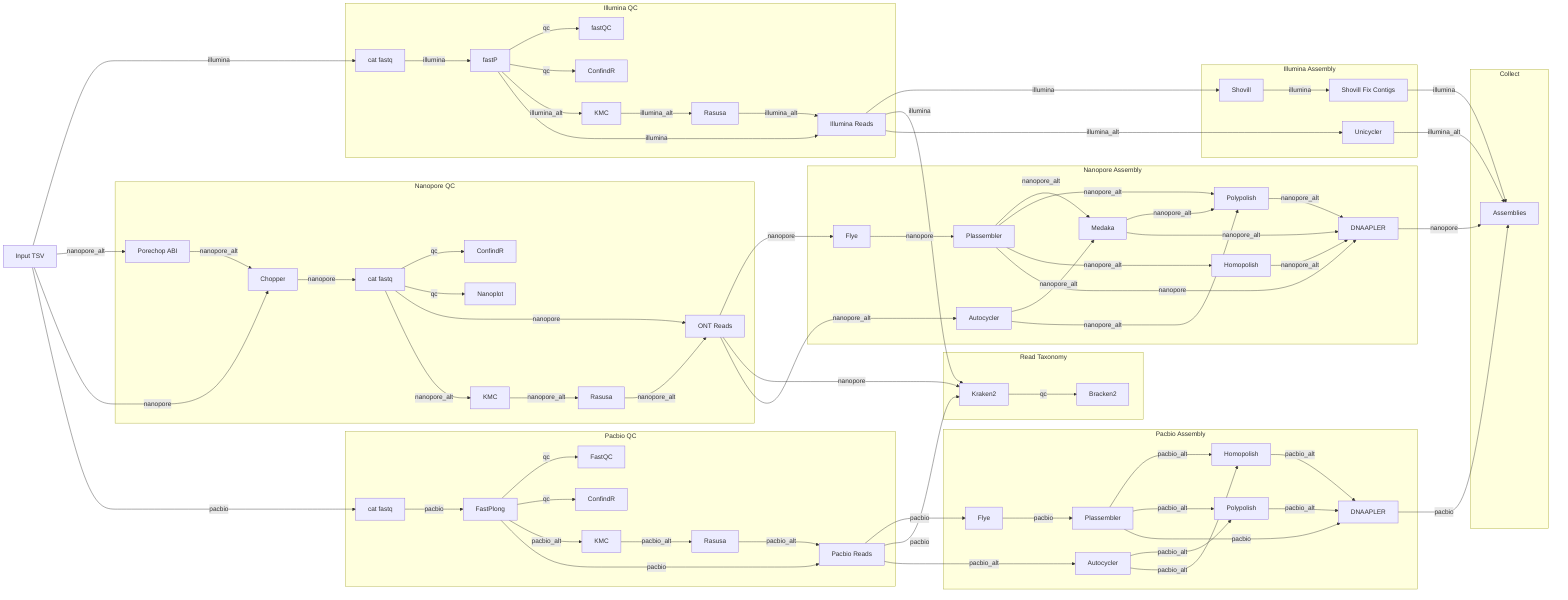
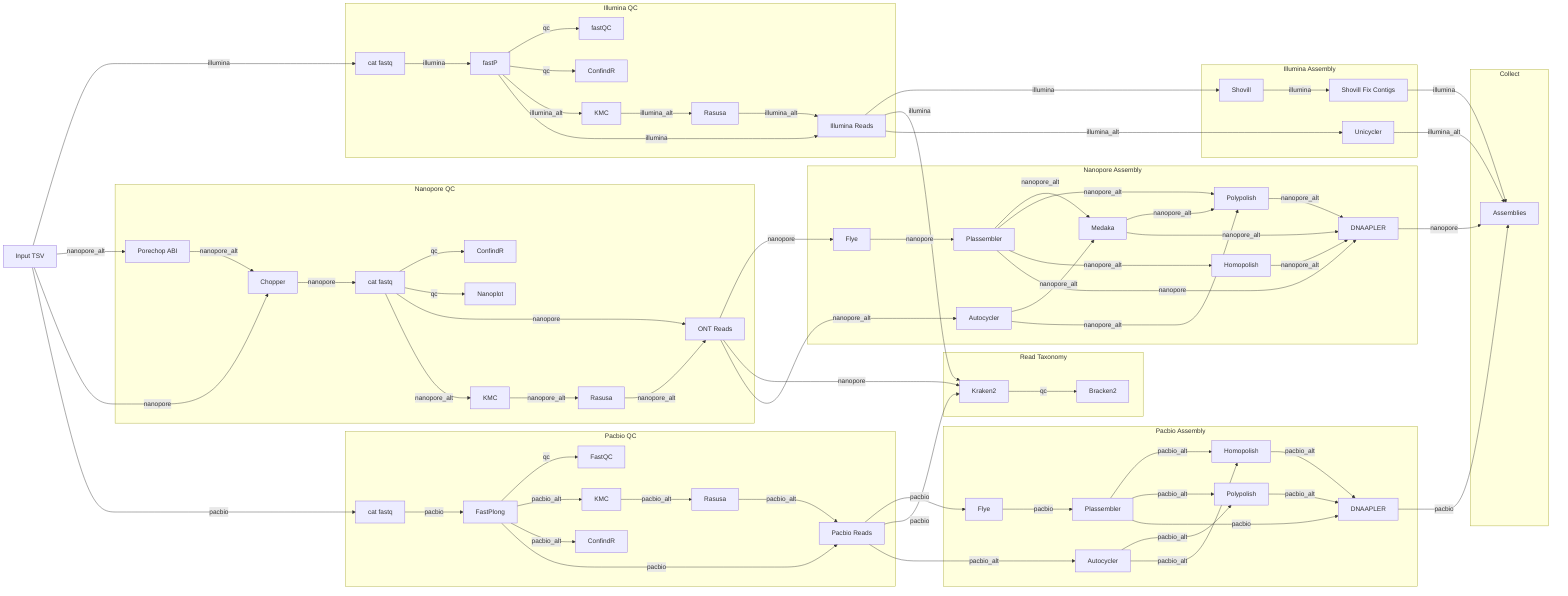
%%metro title: GABI Pipeline (assembly)
%%metro style: light
%%metro line: main | Main | #1e9b05
%%metro line: qc | Quality Control | #2196F3 | dashed
%%metro line: illumina | Illumina processing | #e5e536
%%metro line: nanopore | Nanopore processing | #a21cc3
%%metro line: nanopore_alt | Nanopore alt processing | #7f1699  | dotted
%%metro line: illumina_alt | Illumina alt processing | #e5c836 | dotted
%%metro line: pacbio | Pacbio processing | #c64b1a |
%%metro line: pacbio_alt | Pacbio alt processing | #963914 | dotted

graph LR

    input[Input TSV]

    subgraph illumina_qc [Illumina QC]
        cat_fastq[cat fastq]
        fastp[fastP]
        fastqc[fastQC]
        confindr[ConfindR]
        illumina_reads[Illumina Reads]
        kmc_illumina[KMC]
        rasusa_illumina[Rasusa]

        cat_fastq -->|illumina| fastp
        fastp -->|qc| fastqc
        fastp -->|qc| confindr
        fastp -->|illumina_alt| kmc_illumina
        kmc_illumina -->|illumina_alt| rasusa_illumina
        rasusa_illumina -->|illumina_alt| illumina_reads
        fastp -->|illumina| illumina_reads

    end

    subgraph illumina_assembly [Illumina Assembly]

        shovill[Shovill]
        shovill_fix[Shovill Fix Contigs]
        unicycler[Unicycler]

        shovill -->|illumina| shovill_fix

    end


    subgraph nanopore_qc [Nanopore QC]

        porechop_abi[Porechop ABI]
        cat_fastq_ont[cat fastq]
        chopper[Chopper]
        confindr_ont[ConfindR]
        nanoplot[Nanoplot]
        kmc_ont[KMC]
        rasusa_ont[Rasusa]
        ont_reads[ONT Reads]

        porechop_abi -->|nanopore_alt| chopper
        chopper -->|nanopore| cat_fastq_ont
        cat_fastq_ont -->|qc| confindr_ont
        cat_fastq_ont -->|qc| nanoplot
        cat_fastq_ont -->|nanopore| ont_reads
        cat_fastq_ont -->|nanopore_alt| kmc_ont
        kmc_ont -->|nanopore_alt| rasusa_ont
        rasusa_ont -->|nanopore_alt| ont_reads

    end

    subgraph ont_assembly [Nanopore Assembly]
        flye_ont[Flye]
        autocycler_ont[Autocycler]
        plassembler_ont[Plassembler]
        medaka_consensus[Medaka]
        homopolish_ont[Homopolish]
        polypolish_ont[Polypolish]
        dnaapler_ont[DNAAPLER]

        flye_ont -->|nanopore| plassembler_ont
        plassembler_ont -->|nanopore_alt| medaka_consensus
        plassembler_ont -->|nanopore_alt| polypolish_ont
        medaka_consensus -->|nanopore_alt| polypolish_ont
        medaka_consensus -->|nanopore_alt| dnaapler_ont
        polypolish_ont -->|nanopore_alt| dnaapler_ont
        autocycler_ont -->|nanopore_alt| medaka_consensus
        autocycler_ont -->|nanopore_alt| polypolish_ont
        plassembler_ont -->|nanopore_alt| homopolish_ont
        plassembler_ont -->|nanopore| dnaapler_ont
        homopolish_ont -->|nanopore_alt| dnaapler_ont

    end

    subgraph pacbio_qc [Pacbio QC]
        cat_fastq_pb[cat fastq]
        fastplong[FastPlong]
        fastqc_pb[FastQC]
-         confindr_pb[ConfindR]
        kmc_pb[KMC]
        rasusa_pb[Rasusa]
+         confindr_pb[ConfindR]
        pacbio_reads[Pacbio Reads]

        cat_fastq_pb -->|pacbio| fastplong
        fastplong -->|qc| fastqc_pb
-         fastplong -->|qc| confindr_pb
        fastplong -->|pacbio_alt| kmc_pb
+         fastplong -->|pacbio_alt| confindr_pb
        kmc_pb -->|pacbio_alt| rasusa_pb
        rasusa_pb -->|pacbio_alt| pacbio_reads
        fastplong -->|pacbio| pacbio_reads

    end

    subgraph pacbio_assembly [Pacbio Assembly]

        flye_pb[Flye]
        autocycler_pb[Autocycler]
        plassembler_pb[Plassembler]
        homopolish_pb[Homopolish]
        polypolish_pb[Polypolish]
        dnaapler_pb[DNAAPLER]

        flye_pb -->|pacbio| plassembler_pb
        plassembler_pb -->|pacbio_alt| homopolish_pb
        plassembler_pb -->|pacbio_alt| polypolish_pb
        polypolish_pb -->|pacbio_alt| dnaapler_pb
        homopolish_pb -->|pacbio_alt| dnaapler_pb
        plassembler_pb -->|pacbio| dnaapler_pb
        autocycler_pb -->|pacbio_alt| polypolish_pb
        autocycler_pb -->|pacbio_alt| homopolish_pb

    end

    subgraph taxonomy_profile [Read Taxonomy]
        kraken2[Kraken2]
        bracken2[Bracken2]

        kraken2 -->|qc| bracken2

    end

    subgraph assembly [Collect]
        gather_assembly[Assemblies]

    end

    input -->|illumina| cat_fastq
    input -->|nanopore_alt| porechop_abi
    input -->|nanopore| chopper
    input -->|pacbio| cat_fastq_pb
    illumina_reads -->|illumina| shovill
    illumina_reads -->|illumina| kraken2
    illumina_reads -->|illumina_alt| unicycler
    ont_reads -->|nanopore| flye_ont
    ont_reads -->|nanopore| kraken2
    ont_reads -->|nanopore_alt| autocycler_ont
    pacbio_reads -->|pacbio| flye_pb
    pacbio_reads -->|pacbio| kraken2
    pacbio_reads -->|pacbio_alt| autocycler_pb
    shovill_fix -->|illumina| gather_assembly
    unicycler -->|illumina_alt| gather_assembly
    dnaapler_ont -->|nanopore| gather_assembly
    dnaapler_pb -->|pacbio| gather_assembly